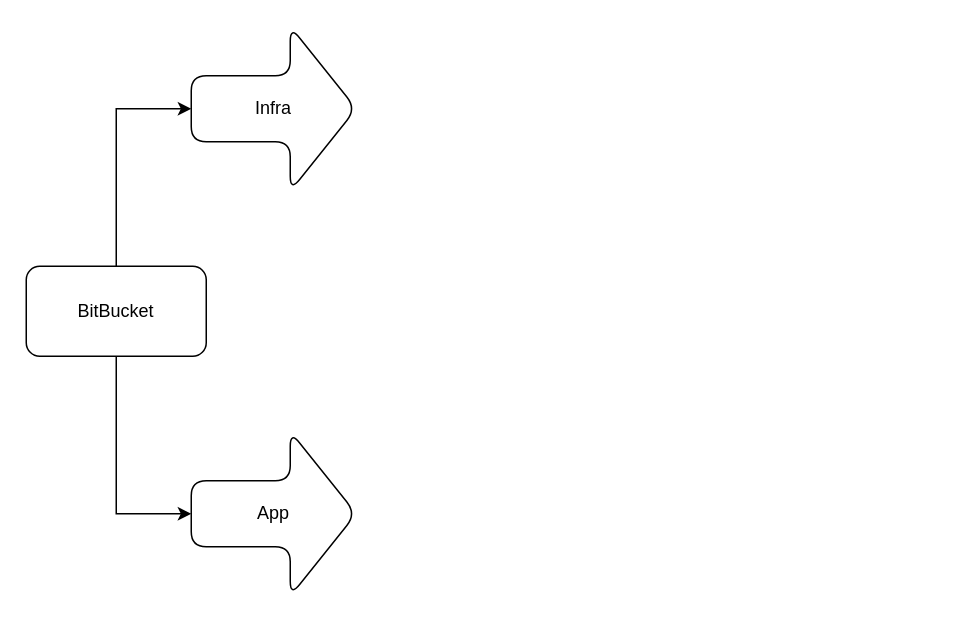
Earlier version of the draw.io diagram CICD/Flow GCP.drawio (skeeterx88/diagrams). Source tidied: cells renumbered, new cells numbered last; positions are measured from the earlier drawing's top-left corner, leaving out a move shared by most shapes. Both pictures are drawn from the tidied source at 150%, with x=0, y=0 at pixel (26, 26).
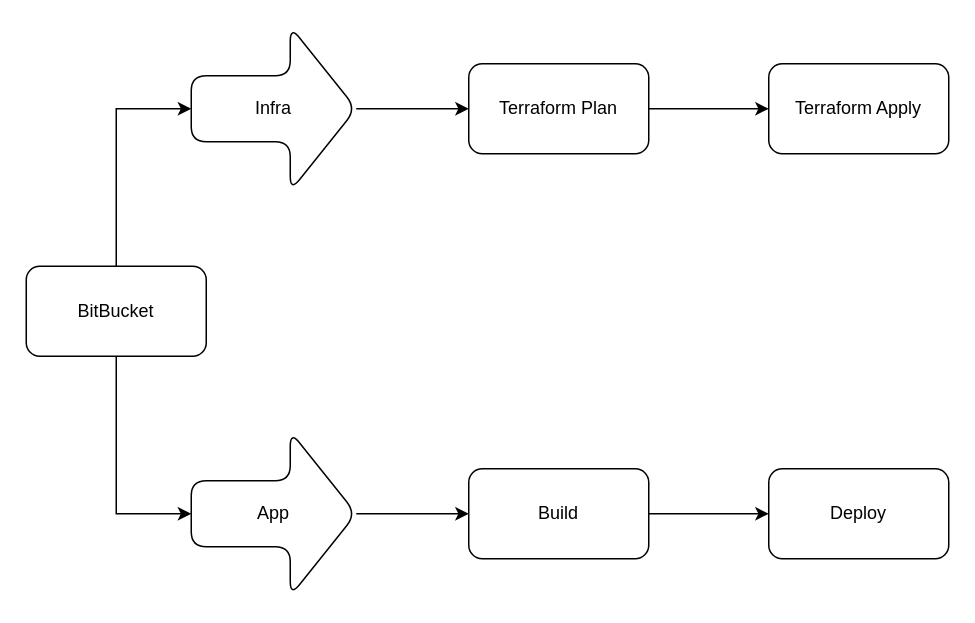
The same page after the edit.

The edit, as a diff of the source:
```diff
@@
 <mxGraphModel>
   <root>
     <mxCell id="0" />
     <mxCell id="1" parent="0" />
     <mxCell id="2" style="edgeStyle=orthogonalEdgeStyle;rounded=0;jettySize=auto;html=1;" parent="1" edge="1" source="4" target="5">
       <mxGeometry relative="1" as="geometry">
         <Array as="points">
           <mxPoint x="60" y="55" />
         </Array>
       </mxGeometry>
     </mxCell>
     <mxCell id="3" style="edgeStyle=orthogonalEdgeStyle;rounded=0;jettySize=auto;html=1;" parent="1" edge="1" source="4" target="6">
       <mxGeometry relative="1" as="geometry">
         <Array as="points">
           <mxPoint x="60" y="325" />
         </Array>
       </mxGeometry>
     </mxCell>
     <mxCell id="4" value="BitBucket" style="rounded=1;whiteSpace=wrap;html=1;" parent="1" vertex="1">
       <mxGeometry y="160" width="120" height="60" as="geometry" />
     </mxCell>
+    <mxCell id="7" style="edgeStyle=orthogonalEdgeStyle;rounded=0;jettySize=auto;html=1;" parent="1" edge="1" source="5" target="10">
+      <mxGeometry relative="1" as="geometry" />
+    </mxCell>
     <mxCell id="5" value="Infra" style="shape=singleArrow;whiteSpace=wrap;html=1;arrowWidth=0.4;arrowSize=0.4;rounded=1;" parent="1" vertex="1">
       <mxGeometry x="110" width="110" height="110" as="geometry" />
     </mxCell>
+    <mxCell id="8" style="edgeStyle=orthogonalEdgeStyle;rounded=0;jettySize=auto;html=1;" parent="1" edge="1" source="6" target="13">
+      <mxGeometry relative="1" as="geometry" />
+    </mxCell>
     <mxCell id="6" value="App" style="shape=singleArrow;whiteSpace=wrap;html=1;arrowWidth=0.4;arrowSize=0.4;rounded=1;" parent="1" vertex="1">
       <mxGeometry x="110" y="270" width="110" height="110" as="geometry" />
     </mxCell>
+    <mxCell id="9" style="edgeStyle=orthogonalEdgeStyle;rounded=0;jettySize=auto;html=1;" parent="1" edge="1" source="10" target="11">
+      <mxGeometry relative="1" as="geometry" />
+    </mxCell>
+    <mxCell id="10" value="Terraform Plan" style="whiteSpace=wrap;html=1;rounded=1;" parent="1" vertex="1">
+      <mxGeometry x="295" y="25" width="120" height="60" as="geometry" />
+    </mxCell>
+    <mxCell id="11" value="Terraform Apply" style="whiteSpace=wrap;html=1;rounded=1;" parent="1" vertex="1">
+      <mxGeometry x="495" y="25" width="120" height="60" as="geometry" />
+    </mxCell>
+    <mxCell id="12" style="edgeStyle=orthogonalEdgeStyle;rounded=0;jettySize=auto;html=1;" parent="1" edge="1" source="13" target="14">
+      <mxGeometry relative="1" as="geometry" />
+    </mxCell>
+    <mxCell id="13" value="Build" style="whiteSpace=wrap;html=1;rounded=1;" parent="1" vertex="1">
+      <mxGeometry x="295" y="295" width="120" height="60" as="geometry" />
+    </mxCell>
+    <mxCell id="14" value="Deploy" style="whiteSpace=wrap;html=1;rounded=1;" parent="1" vertex="1">
+      <mxGeometry x="495" y="295" width="120" height="60" as="geometry" />
+    </mxCell>
   </root>
 </mxGraphModel>
```
